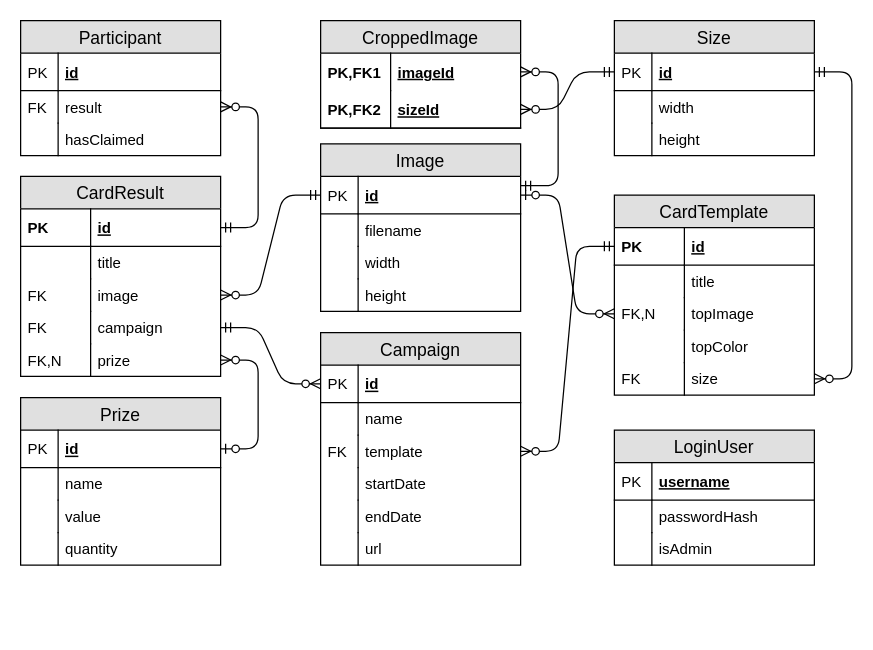
Earlier version of the draw.io diagram md_resources/RivalProjectERD.drawio (janjosef777/RivalProject). Source tidied: cells renumbered, new cells numbered last; positions are measured from the earlier drawing's top-left corner, leaving out a move shared by most shapes. Both pictures are drawn from the tidied source at 125%, with x=0, y=0 at pixel (20, 20).
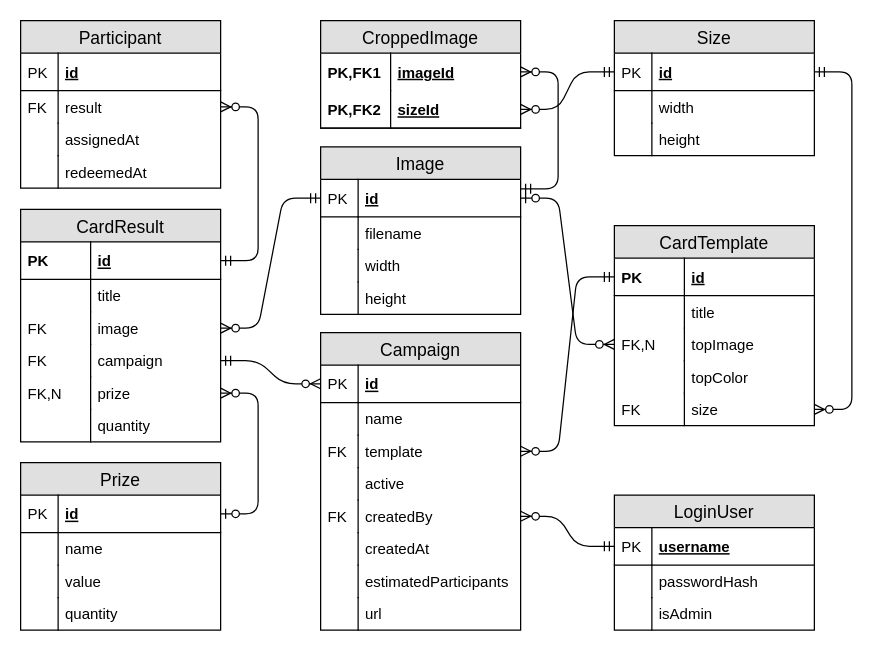
The same diagram, later.

Unchanged cells that the change refers to:
```xml
<mxCell id="3" value="username" style="shape=partialRectangle;top=0;left=0;right=0;bottom=1;align=left;verticalAlign=middle;fillColor=none;spacingLeft=34;spacingRight=4;overflow=hidden;points=[[0,0.5],[1,0.5]];portConstraint=eastwest;fontStyle=5;fontSize=12;" parent="2" vertex="1">
  <mxGeometry y="26" width="160" height="30" as="geometry" />
</mxCell>
<mxCell id="10" value="id" style="shape=partialRectangle;top=0;left=0;right=0;bottom=1;align=left;verticalAlign=middle;fillColor=none;spacingLeft=34;spacingRight=4;overflow=hidden;points=[[0,0.5],[1,0.5]];portConstraint=eastwest;fontStyle=5;fontSize=12;" parent="9" vertex="1">
  <mxGeometry y="26" width="160" height="30" as="geometry" />
</mxCell>
```

Diff of the diagram source:
```diff
@@
     <mxCell id="2" value="LoginUser" style="swimlane;fontStyle=0;horizontal=1;startSize=26;fillColor=#e0e0e0;swimlaneFillColor=#ffffff;align=center;fontSize=14;" parent="1" vertex="1">
-      <mxGeometry x="475" y="327.5" width="160" height="108" as="geometry" />
+      <mxGeometry x="475" y="379.5" width="160" height="108" as="geometry" />
     </mxCell>
@@
     <mxCell id="9" value="Prize" style="swimlane;fontStyle=0;horizontal=1;startSize=26;fillColor=#e0e0e0;swimlaneFillColor=#ffffff;align=center;fontSize=14;" parent="1" vertex="1">
-      <mxGeometry y="301.5" width="160" height="134" as="geometry" />
+      <mxGeometry y="353.5" width="160" height="134" as="geometry" />
     </mxCell>
@@
     <mxCell id="18" value="Image" style="swimlane;fontStyle=0;horizontal=1;startSize=26;fillColor=#e0e0e0;swimlaneFillColor=#ffffff;align=center;fontSize=14;" parent="1" vertex="1">
-      <mxGeometry x="240" y="98.5" width="160" height="134" as="geometry" />
+      <mxGeometry x="240" y="101" width="160" height="134" as="geometry" />
     </mxCell>
@@
     <mxCell id="41" value="Participant" style="swimlane;fontStyle=0;horizontal=1;startSize=26;fillColor=#e0e0e0;swimlaneFillColor=#ffffff;align=center;fontSize=14;" parent="1" vertex="1">
-      <mxGeometry width="160" height="108" as="geometry" />
+      <mxGeometry width="160" height="134" as="geometry" />
     </mxCell>
@@
+    <mxCell id="90" value="assignedAt" style="shape=partialRectangle;top=0;left=0;right=0;bottom=0;align=left;verticalAlign=top;fillColor=none;spacingLeft=34;spacingRight=4;overflow=hidden;fontSize=12;" parent="41" vertex="1">
+      <mxGeometry y="82" width="160" height="26" as="geometry" />
+    </mxCell>
+    <mxCell id="91" style="shape=partialRectangle;top=0;left=0;bottom=0;fillColor=none;align=left;verticalAlign=top;spacingLeft=4;spacingRight=4;overflow=hidden;fontSize=12;" parent="90" vertex="1">
+      <mxGeometry width="30" height="26" as="geometry" />
+    </mxCell>
-    <mxCell id="46" value="hasClaimed" style="shape=partialRectangle;top=0;left=0;right=0;bottom=0;align=left;verticalAlign=top;fillColor=none;spacingLeft=34;spacingRight=4;overflow=hidden;fontSize=12;" parent="41" vertex="1">
-      <mxGeometry y="82" width="160" height="26" as="geometry" />
+    <mxCell id="46" value="redeemedAt" style="shape=partialRectangle;top=0;left=0;right=0;bottom=0;align=left;verticalAlign=top;fillColor=none;spacingLeft=34;spacingRight=4;overflow=hidden;fontSize=12;" parent="41" vertex="1">
+      <mxGeometry y="108" width="160" height="26" as="geometry" />
     </mxCell>
@@
-    <mxCell id="48" style="edgeStyle=entityRelationEdgeStyle;fontSize=12;html=1;endArrow=ERzeroToMany;startArrow=ERzeroToOne;" parent="1" edge="1" source="10" target="62">
+    <mxCell id="48" style="edgeStyle=entityRelationEdgeStyle;fontSize=12;html=1;endArrow=ERzeroToMany;startArrow=ERzeroToOne;" parent="1" edge="1" source="10" target="92">
       <mxGeometry relative="1" as="geometry" />
     </mxCell>
@@
     <mxCell id="53" value="CardResult" style="swimlane;fontStyle=0;horizontal=1;startSize=26;fillColor=#e0e0e0;swimlaneFillColor=#ffffff;align=center;fontSize=14;" parent="1" vertex="1">
-      <mxGeometry y="124.5" width="160" height="160" as="geometry" />
+      <mxGeometry y="151" width="160" height="186" as="geometry" />
     </mxCell>
@@
+    <mxCell id="92" value="prize" style="shape=partialRectangle;top=0;left=0;right=0;bottom=0;align=left;verticalAlign=top;fillColor=none;spacingLeft=60;spacingRight=4;overflow=hidden;points=[[0,0.5],[1,0.5]];portConstraint=eastwest;fontSize=12;" parent="53" vertex="1">
+      <mxGeometry y="134" width="160" height="26" as="geometry" />
+    </mxCell>
+    <mxCell id="93" value="FK,N" style="shape=partialRectangle;top=0;left=0;bottom=0;fillColor=none;align=left;verticalAlign=top;spacingLeft=4;spacingRight=4;overflow=hidden;fontSize=12;" parent="92" vertex="1">
+      <mxGeometry width="56" height="26" as="geometry" />
+    </mxCell>
-    <mxCell id="62" value="prize" style="shape=partialRectangle;top=0;left=0;right=0;bottom=0;align=left;verticalAlign=top;fillColor=none;spacingLeft=60;spacingRight=4;overflow=hidden;points=[[0,0.5],[1,0.5]];portConstraint=eastwest;fontSize=12;" parent="53" vertex="1">
-      <mxGeometry y="134" width="160" height="26" as="geometry" />
+    <mxCell id="62" value="quantity" style="shape=partialRectangle;top=0;left=0;right=0;bottom=0;align=left;verticalAlign=top;fillColor=none;spacingLeft=60;spacingRight=4;overflow=hidden;points=[[0,0.5],[1,0.5]];portConstraint=eastwest;fontSize=12;" parent="53" vertex="1">
+      <mxGeometry y="160" width="160" height="26" as="geometry" />
     </mxCell>
-    <mxCell id="63" value="FK,N" style="shape=partialRectangle;top=0;left=0;bottom=0;fillColor=none;align=left;verticalAlign=top;spacingLeft=4;spacingRight=4;overflow=hidden;fontSize=12;" parent="62" vertex="1">
+    <mxCell id="63" style="shape=partialRectangle;top=0;left=0;bottom=0;fillColor=none;align=left;verticalAlign=top;spacingLeft=4;spacingRight=4;overflow=hidden;fontSize=12;" parent="62" vertex="1">
       <mxGeometry width="56" height="26" as="geometry" />
     </mxCell>
     <mxCell id="64" value="CardTemplate" style="swimlane;fontStyle=0;horizontal=1;startSize=26;fillColor=#e0e0e0;swimlaneFillColor=#ffffff;align=center;fontSize=14;" parent="1" vertex="1">
-      <mxGeometry x="475" y="139.5" width="160" height="160" as="geometry" />
+      <mxGeometry x="475" y="164" width="160" height="160" as="geometry" />
     </mxCell>
@@
     <mxCell id="75" value="Campaign" style="swimlane;fontStyle=0;horizontal=1;startSize=26;fillColor=#e0e0e0;swimlaneFillColor=#ffffff;align=center;fontSize=14;" parent="1" vertex="1">
-      <mxGeometry x="240" y="249.5" width="160" height="186" as="geometry" />
+      <mxGeometry x="240" y="249.5" width="160" height="238" as="geometry" />
     </mxCell>
@@
-    <mxCell id="82" value="startDate" style="shape=partialRectangle;top=0;left=0;right=0;bottom=0;align=left;verticalAlign=top;fillColor=none;spacingLeft=34;spacingRight=4;overflow=hidden;fontSize=12;" parent="75" vertex="1">
+    <mxCell id="82" value="active" style="shape=partialRectangle;top=0;left=0;right=0;bottom=0;align=left;verticalAlign=top;fillColor=none;spacingLeft=34;spacingRight=4;overflow=hidden;fontSize=12;" parent="75" vertex="1">
       <mxGeometry y="108" width="160" height="26" as="geometry" />
     </mxCell>
@@
-    <mxCell id="84" value="endDate" style="shape=partialRectangle;top=0;left=0;right=0;bottom=0;align=left;verticalAlign=top;fillColor=none;spacingLeft=34;spacingRight=4;overflow=hidden;points=[[0,0.5],[1,0.5]];portConstraint=eastwest;fontSize=12;" parent="75" vertex="1">
+    <mxCell id="84" value="createdBy" style="shape=partialRectangle;top=0;left=0;right=0;bottom=0;align=left;verticalAlign=top;fillColor=none;spacingLeft=34;spacingRight=4;overflow=hidden;points=[[0,0.5],[1,0.5]];portConstraint=eastwest;fontSize=12;" parent="75" vertex="1">
       <mxGeometry y="134" width="160" height="26" as="geometry" />
     </mxCell>
-    <mxCell id="85" style="shape=partialRectangle;top=0;left=0;bottom=0;fillColor=none;align=left;verticalAlign=top;spacingLeft=4;spacingRight=4;overflow=hidden;fontSize=12;" parent="84" vertex="1">
+    <mxCell id="85" value="FK" style="shape=partialRectangle;top=0;left=0;bottom=0;fillColor=none;align=left;verticalAlign=top;spacingLeft=4;spacingRight=4;overflow=hidden;fontSize=12;" parent="84" vertex="1">
       <mxGeometry width="30" height="26" as="geometry" />
     </mxCell>
-    <mxCell id="86" value="url" style="shape=partialRectangle;top=0;left=0;right=0;bottom=0;align=left;verticalAlign=top;fillColor=none;spacingLeft=34;spacingRight=4;overflow=hidden;fontSize=12;" parent="75" vertex="1">
+    <mxCell id="86" value="createdAt" style="shape=partialRectangle;top=0;left=0;right=0;bottom=0;align=left;verticalAlign=top;fillColor=none;spacingLeft=34;spacingRight=4;overflow=hidden;fontSize=12;" parent="75" vertex="1">
       <mxGeometry y="160" width="160" height="26" as="geometry" />
     </mxCell>
@@
+    <mxCell id="94" value="estimatedParticipants" style="shape=partialRectangle;top=0;left=0;right=0;bottom=0;align=left;verticalAlign=top;fillColor=none;spacingLeft=34;spacingRight=4;overflow=hidden;fontSize=12;" parent="75" vertex="1">
+      <mxGeometry y="186" width="160" height="26" as="geometry" />
+    </mxCell>
+    <mxCell id="95" style="shape=partialRectangle;top=0;left=0;bottom=0;fillColor=none;align=left;verticalAlign=top;spacingLeft=4;spacingRight=4;overflow=hidden;fontSize=12;" parent="94" vertex="1">
+      <mxGeometry width="30" height="26" as="geometry" />
+    </mxCell>
+    <mxCell id="96" value="url" style="shape=partialRectangle;top=0;left=0;right=0;bottom=0;align=left;verticalAlign=top;fillColor=none;spacingLeft=34;spacingRight=4;overflow=hidden;fontSize=12;" parent="75" vertex="1">
+      <mxGeometry y="212" width="160" height="26" as="geometry" />
+    </mxCell>
+    <mxCell id="97" style="shape=partialRectangle;top=0;left=0;bottom=0;fillColor=none;align=left;verticalAlign=top;spacingLeft=4;spacingRight=4;overflow=hidden;fontSize=12;" parent="96" vertex="1">
+      <mxGeometry width="30" height="26" as="geometry" />
+    </mxCell>
@@
+    <mxCell id="98" style="edgeStyle=entityRelationEdgeStyle;fontSize=12;html=1;endArrow=ERzeroToMany;startArrow=ERmandOne;" parent="1" edge="1" source="3" target="84">
+      <mxGeometry relative="1" as="geometry" />
+    </mxCell>
```
